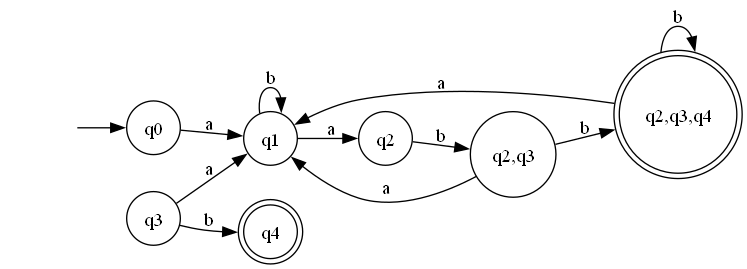
The Graphviz diagram Lab2/DFA.gv.png in KaBoomKaBoom/DSL-Labs, before a commit. Its source is kept beside it as Lab2/DFA.gv.
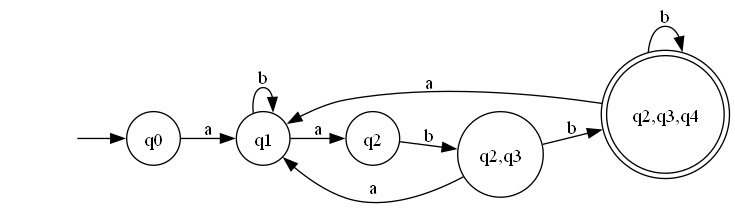
Later version of the same file.

Change to the diagram source:
```diff
@@ -2,19 +2,15 @@
 	graph [rankdir=LR]
 	"" [label="" shape=plaintext]
 	"q2,q3,q4" [label="q2,q3,q4" shape=doublecircle]
-	q4 [label=q4 shape=doublecircle]
 	q0 [label=q0 shape=circle]
 	q1 [label=q1 shape=circle]
 	q2 [label=q2 shape=circle]
-	q3 [label=q3 shape=circle]
 	"q2,q3" [label="q2,q3" shape=circle]
 	"" -> q0 [label=""]
 	q0 -> q1 [label=a]
 	q1 -> q2 [label=a]
 	q1 -> q1 [label=b]
 	q2 -> "q2,q3" [label=b]
-	q3 -> q1 [label=a]
-	q3 -> q4 [label=b]
 	"q2,q3" -> q1 [label=a]
 	"q2,q3" -> "q2,q3,q4" [label=b]
 	"q2,q3,q4" -> q1 [label=a]
```
